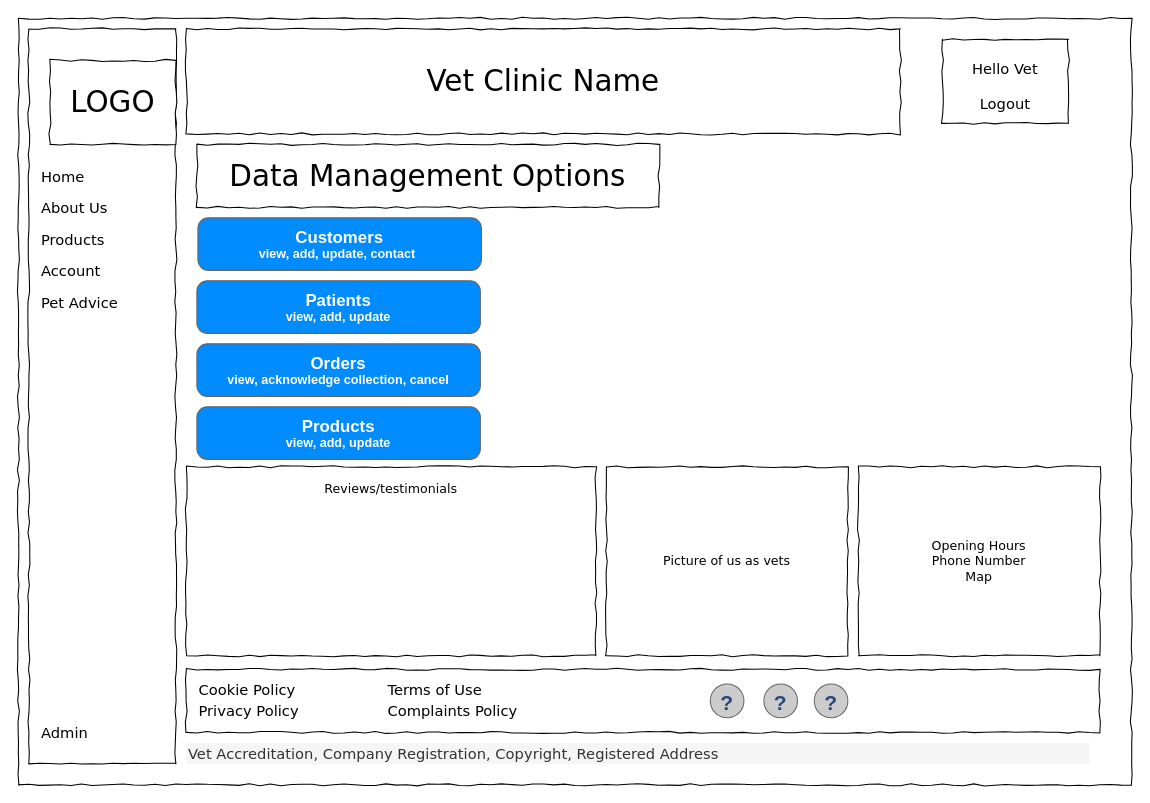
Above: Wireframes/wireframe-admin.drawio in azzywazzy/sky-git-team2 (draw.io), before the change. Source tidied: cells renumbered, new cells numbered last; positions are measured from the earlier drawing's top-left corner, leaving out a move shared by most shapes. Both pictures are drawn from the tidied source at 105%, with x=0, y=0 at pixel (18, 18).
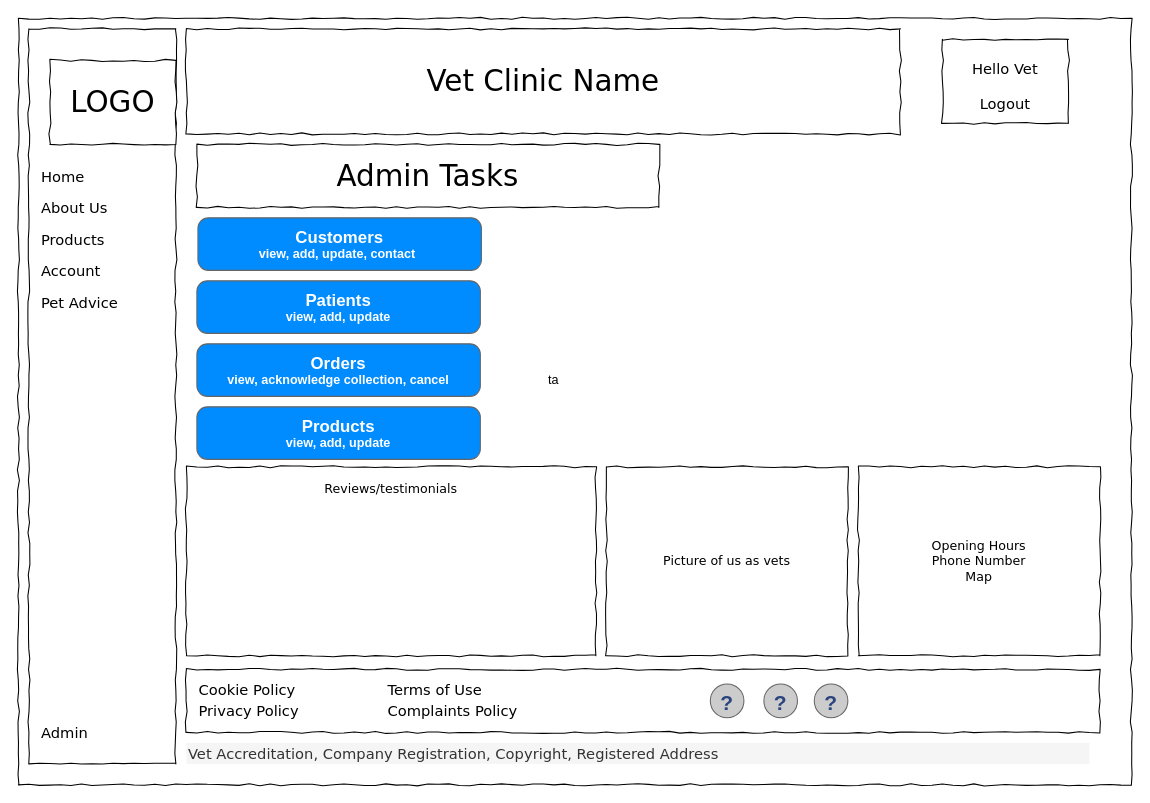
After the change.

Commit message (it also covers changes not shown here):
adding updates to admin pages

Change to the diagram source:
```diff
@@
-    <mxCell id="18" value="Data Management Options" style="whiteSpace=wrap;html=1;rounded=0;shadow=0;labelBackgroundColor=none;strokeWidth=1;fontFamily=Verdana;fontSize=28;align=center;comic=1;" parent="1" vertex="1">
+    <mxCell id="18" value="Admin Tasks" style="whiteSpace=wrap;html=1;rounded=0;shadow=0;labelBackgroundColor=none;strokeWidth=1;fontFamily=Verdana;fontSize=28;align=center;comic=1;" parent="1" vertex="1">
       <mxGeometry x="170" y="120" width="440" height="60" as="geometry" />
     </mxCell>
@@
+    <mxCell id="38" value="ta" style="text;strokeColor=none;align=center;fillColor=none;html=1;verticalAlign=middle;whiteSpace=wrap;rounded=0;" parent="1" vertex="1">
+      <mxGeometry x="480" y="330" width="60" height="30" as="geometry" />
+    </mxCell>
```
